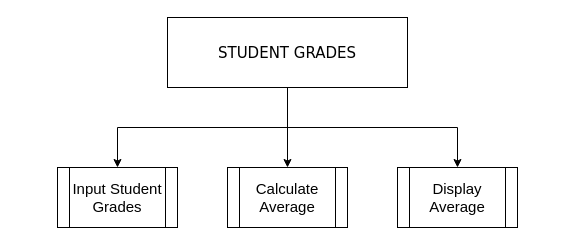
This is Program53_StructureChart.drawio from AmawNiZy/Assignments, a draw.io file, before an edit. Source tidied: cells renumbered, new cells numbered last; positions are measured from the earlier drawing's top-left corner, leaving out a move shared by most shapes. Both pictures are drawn from the tidied source at 100%, with x=0, y=0 at pixel (57, 17).
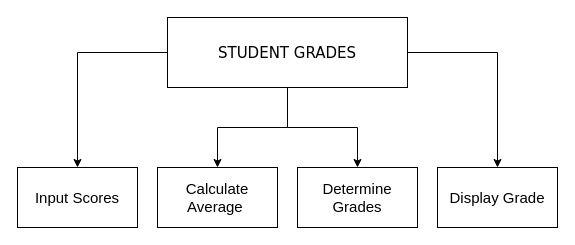
Above is the later version.

The edit, as a diff of the source:
```diff
@@
 <mxGraphModel>
   <root>
     <mxCell id="0" />
     <mxCell id="1" parent="0" />
     <mxCell id="2" style="edgeStyle=orthogonalEdgeStyle;rounded=0;jettySize=auto;html=1;fontSize=15;entryX=0.5;entryY=0;entryDx=0;entryDy=0;" parent="1" edge="1" source="5" target="7">
       <mxGeometry relative="1" as="geometry" />
     </mxCell>
-    <mxCell id="3" style="edgeStyle=orthogonalEdgeStyle;rounded=0;jettySize=auto;html=1;fontSize=15;entryX=0.5;entryY=0;entryDx=0;entryDy=0;" parent="1" edge="1" source="5" target="6">
+    <mxCell id="3" style="edgeStyle=orthogonalEdgeStyle;rounded=0;jettySize=auto;html=1;fontSize=15;entryX=0.5;entryY=0;entryDx=0;entryDy=0;" parent="1" edge="1" source="5" target="10">
       <mxGeometry relative="1" as="geometry" />
     </mxCell>
-    <mxCell id="4" style="edgeStyle=orthogonalEdgeStyle;rounded=0;jettySize=auto;html=1;fontSize=15;" parent="1" edge="1" source="5" target="8">
+    <mxCell id="4" style="edgeStyle=orthogonalEdgeStyle;rounded=0;jettySize=auto;html=1;fontSize=15;entryX=0.5;entryY=0;entryDx=0;entryDy=0;" parent="1" edge="1" source="5" target="11">
       <mxGeometry relative="1" as="geometry" />
     </mxCell>
+    <mxCell id="9" style="edgeStyle=orthogonalEdgeStyle;rounded=0;jettySize=auto;html=1;entryX=0.5;entryY=0;entryDx=0;entryDy=0;fontSize=15;" parent="1" edge="1" source="5" target="12">
+      <mxGeometry relative="1" as="geometry" />
+    </mxCell>
-    <mxCell id="5" value="&lt;font face=&quot;Verdana&quot;&gt;STUDENT GRADES&lt;/font&gt;" style="rounded=0;whiteSpace=wrap;html=1;fontSize=15;" parent="1" vertex="1">
+    <mxCell id="5" value="&lt;font face=&quot;Verdana&quot; style=&quot;font-size: 15px;&quot;&gt;STUDENT GRADES&lt;/font&gt;" style="rounded=0;whiteSpace=wrap;html=1;fontSize=15;" parent="1" vertex="1">
       <mxGeometry x="110" width="240" height="70" as="geometry" />
     </mxCell>
-    <mxCell id="6" value="&lt;font style=&quot;font-size: 15px;&quot;&gt;Input Student Grades&lt;/font&gt;" style="shape=process;whiteSpace=wrap;html=1;backgroundOutline=1;" parent="1" vertex="1">
-      <mxGeometry y="150" width="120" height="60" as="geometry" />
-    </mxCell>
+    <mxCell id="10" value="Input Scores" style="rounded=0;whiteSpace=wrap;html=1;fontSize=15;" parent="1" vertex="1">
+      <mxGeometry x="-40" y="150" width="120" height="60" as="geometry" />
+    </mxCell>
-    <mxCell id="7" value="&lt;font style=&quot;font-size: 15px;&quot;&gt;Calculate Average&lt;/font&gt;" style="shape=process;whiteSpace=wrap;html=1;backgroundOutline=1;" parent="1" vertex="1">
-      <mxGeometry x="170" y="150" width="120" height="60" as="geometry" />
+    <mxCell id="7" value="Calculate Average&amp;nbsp;" style="rounded=0;whiteSpace=wrap;html=1;fontSize=15;" parent="1" vertex="1">
+      <mxGeometry x="100" y="150" width="120" height="60" as="geometry" />
     </mxCell>
-    <mxCell id="8" value="&lt;font style=&quot;font-size: 15px;&quot;&gt;Display Average&lt;/font&gt;" style="shape=process;whiteSpace=wrap;html=1;backgroundOutline=1;" parent="1" vertex="1">
-      <mxGeometry x="340" y="150" width="120" height="60" as="geometry" />
-    </mxCell>
+    <mxCell id="11" value="Determine Grades" style="rounded=0;whiteSpace=wrap;html=1;fontSize=15;" parent="1" vertex="1">
+      <mxGeometry x="240" y="150" width="120" height="60" as="geometry" />
+    </mxCell>
+    <mxCell id="12" value="Display Grade" style="rounded=0;whiteSpace=wrap;html=1;fontSize=15;" parent="1" vertex="1">
+      <mxGeometry x="380" y="150" width="120" height="60" as="geometry" />
+    </mxCell>
   </root>
 </mxGraphModel>
```
